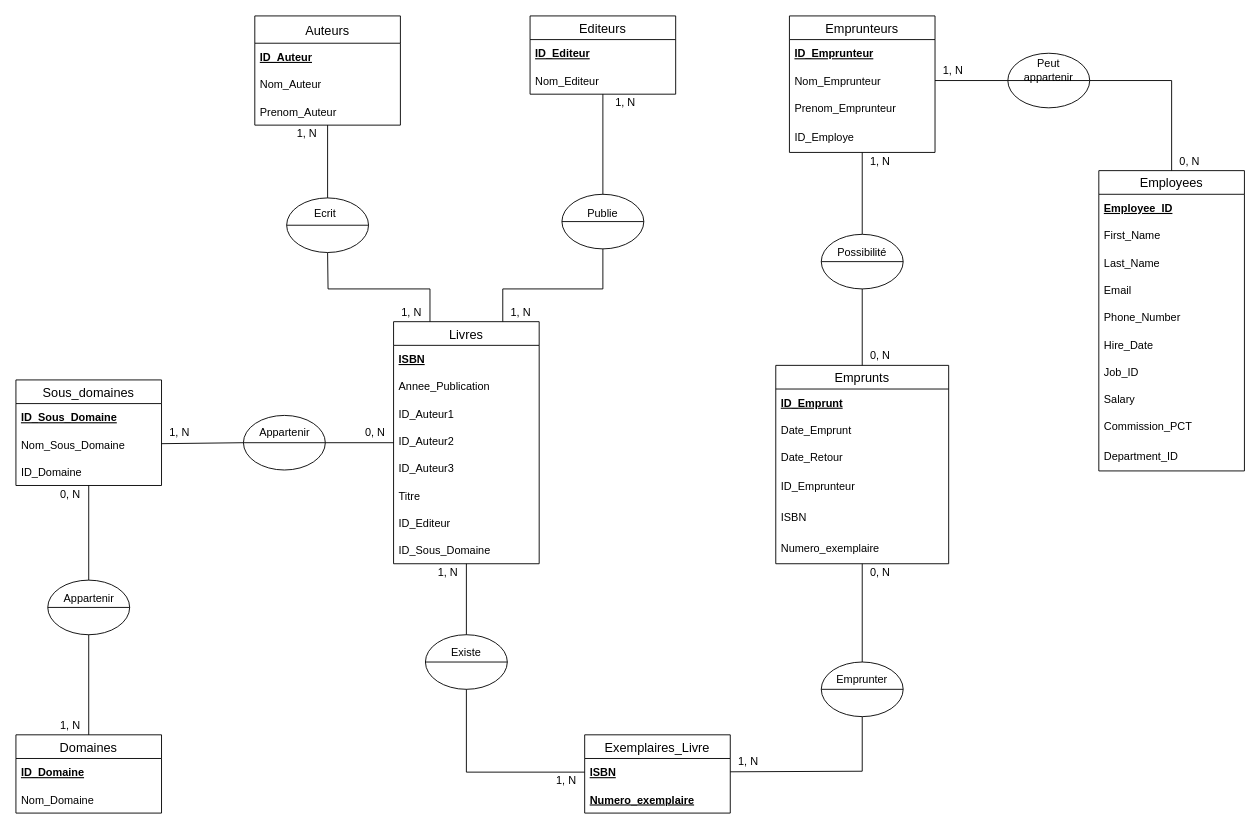
Above: MCD.drawio in Jerome-Kraft/Projet_BDD (draw.io), before the change. Source tidied: cells renumbered, new cells numbered last; positions are measured from the earlier drawing's top-left corner, leaving out a move shared by most shapes. Both pictures are drawn from the tidied source at 91%, with x=0, y=0 at pixel (15, 15).
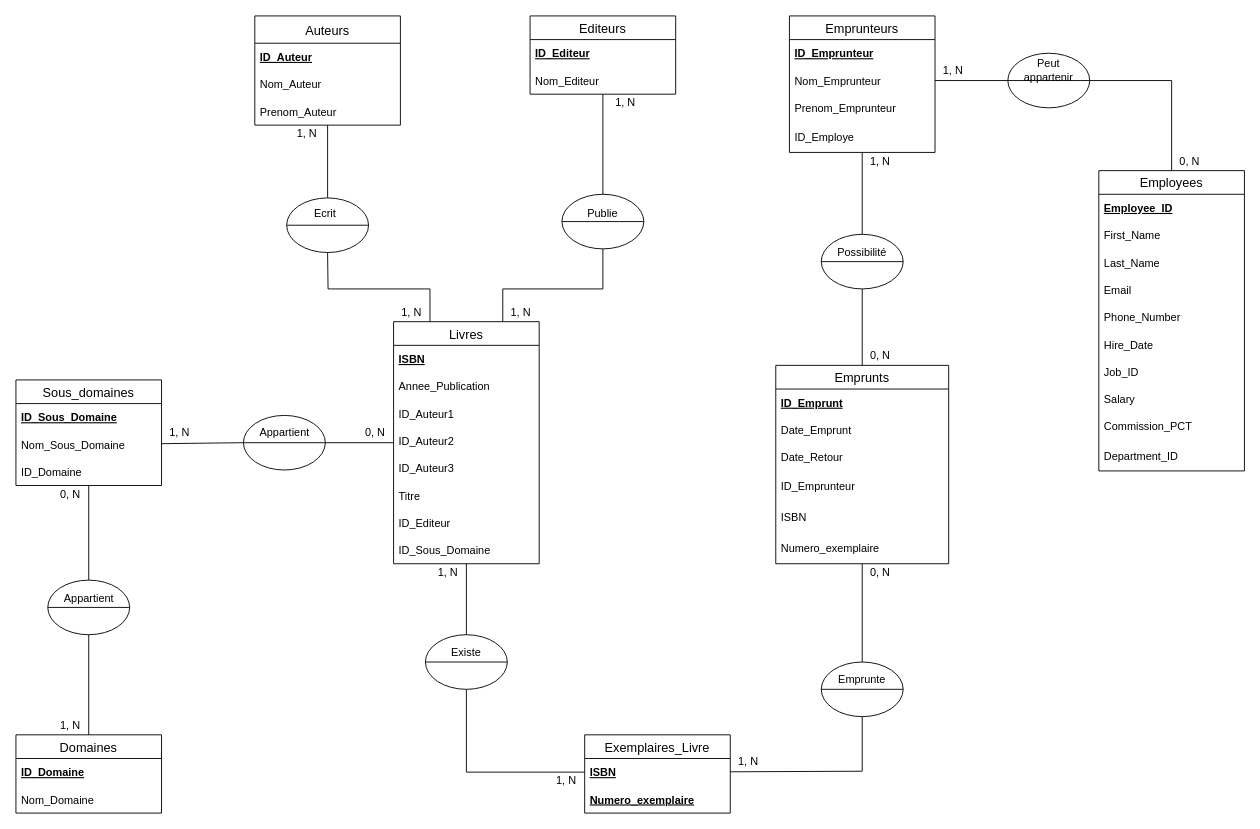
After the change.

Change to the diagram source:
```diff
@@
-    <mxCell id="70" value="Appartenir" style="text;html=1;strokeColor=none;fillColor=none;align=center;verticalAlign=middle;whiteSpace=wrap;rounded=0;" parent="1" vertex="1">
+    <mxCell id="70" value="Appartient" style="text;html=1;strokeColor=none;fillColor=none;align=center;verticalAlign=middle;whiteSpace=wrap;rounded=0;" parent="1" vertex="1">
       <mxGeometry x="47.5" y="630" width="65" height="20" as="geometry" />
     </mxCell>
@@
-    <mxCell id="82" value="Emprunter" style="text;html=1;strokeColor=none;fillColor=none;align=center;verticalAlign=middle;whiteSpace=wrap;rounded=0;" parent="1" vertex="1">
+    <mxCell id="82" value="Emprunte" style="text;html=1;strokeColor=none;fillColor=none;align=center;verticalAlign=middle;whiteSpace=wrap;rounded=0;" parent="1" vertex="1">
       <mxGeometry x="910" y="720" width="40" height="20" as="geometry" />
     </mxCell>
@@
-    <mxCell id="86" value="Appartenir" style="text;html=1;strokeColor=none;fillColor=none;align=center;verticalAlign=middle;whiteSpace=wrap;rounded=0;" parent="1" vertex="1">
+    <mxCell id="86" value="Appartient" style="text;html=1;strokeColor=none;fillColor=none;align=center;verticalAlign=middle;whiteSpace=wrap;rounded=0;" parent="1" vertex="1">
       <mxGeometry x="262.5" y="448" width="65" height="20" as="geometry" />
     </mxCell>
```
